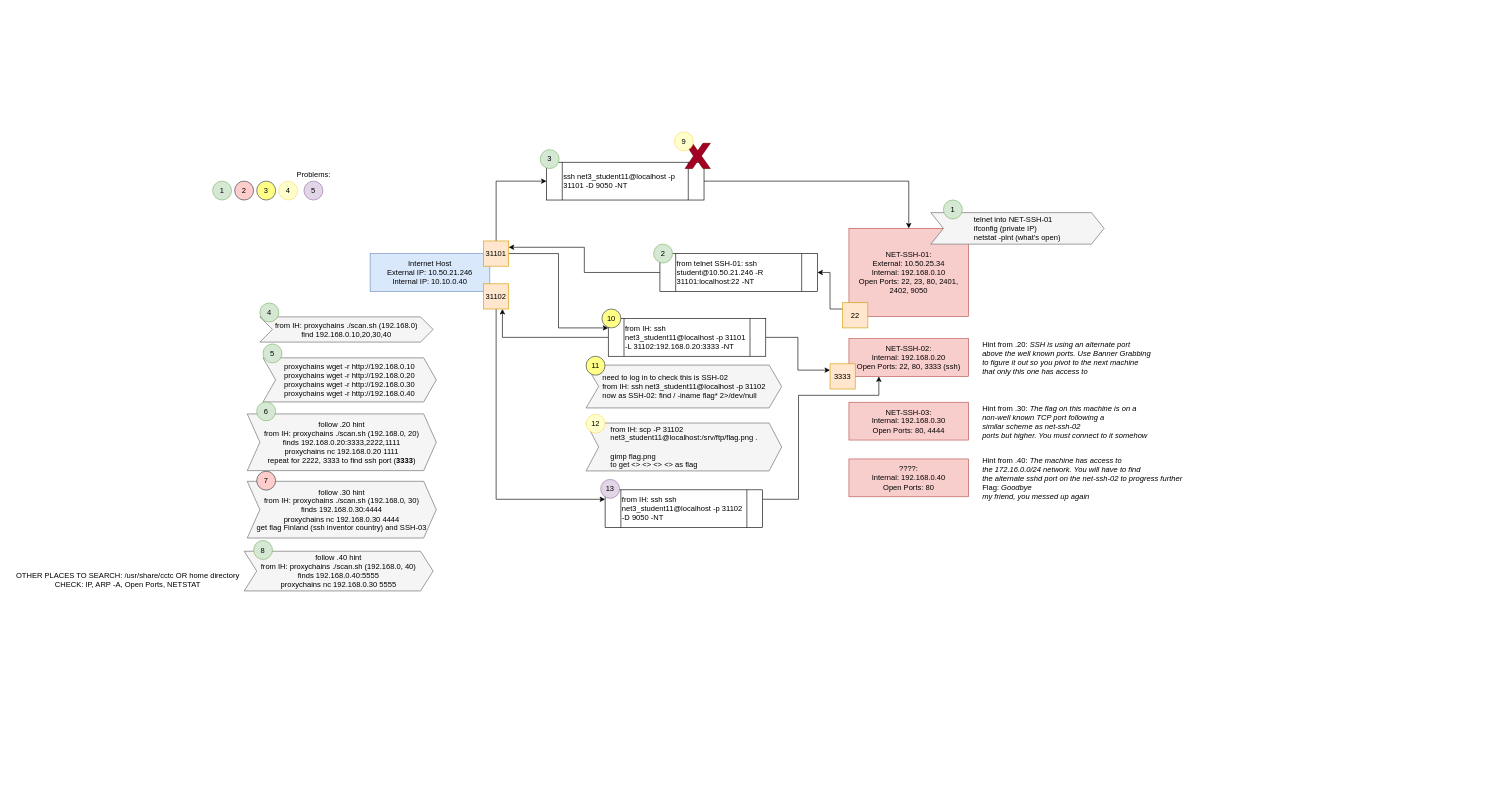
The draw.io diagram ctf/CTF_data_collection1.drawio in abfarr/cctc, before the edit. Source tidied: cells renumbered, new cells numbered last; positions are measured from the earlier drawing's top-left corner, leaving out a move shared by most shapes. Both pictures are drawn from the tidied source at 63%, with x=0, y=0 at pixel (11, 132).
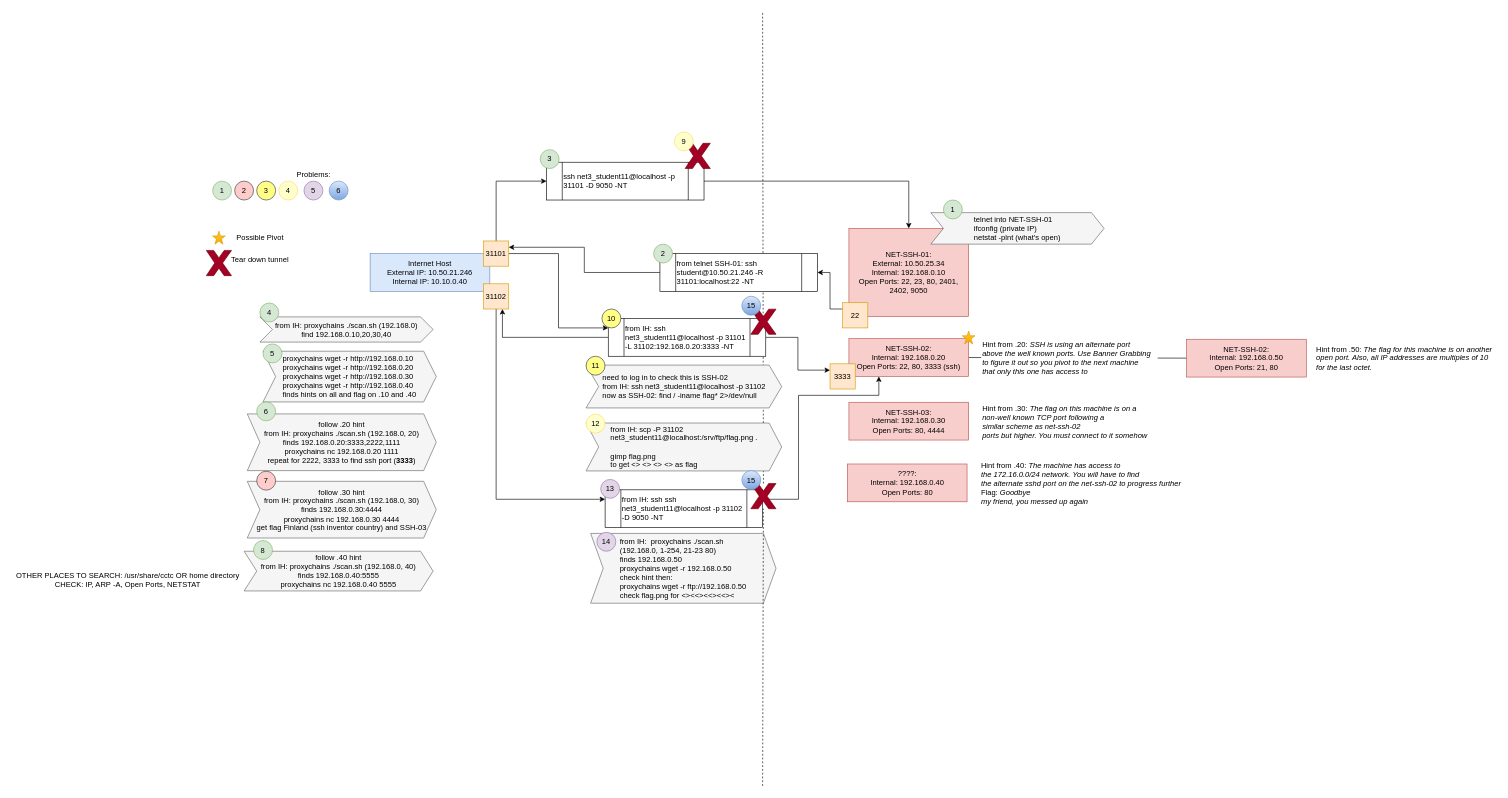
The same page after the edit.

Unchanged cells that the change refers to:
```xml
<mxCell id="14" value="NET-SSH-02:&lt;br&gt;Internal:&amp;nbsp;192.168.0.20&lt;br&gt;Open Ports: 22, 80, 3333 (ssh)" style="rounded=0;whiteSpace=wrap;html=1;fillColor=#f8cecc;strokeColor=#b85450;" parent="1" vertex="1">
  <mxGeometry x="1330" y="328" width="190" height="60" as="geometry" />
</mxCell>
```

The edit, as a diff of the source:
```diff
@@
+    <mxCell id="56" style="endArrow=none;dashed=1;html=1;rounded=0;fontColor=#000000;startArrow=none;" parent="1" edge="1" source="68">
+      <mxGeometry relative="1" as="geometry">
+        <mxPoint x="1193" y="-192" as="targetPoint" />
+      </mxGeometry>
+    </mxCell>
+    <mxCell id="57" style="endArrow=none;html=1;rounded=0;fontColor=#99FF99;exitX=1;exitY=0.5;exitDx=0;exitDy=0;entryX=0;entryY=0.5;entryDx=0;entryDy=0;" parent="1" edge="1" source="14" target="60">
+      <mxGeometry relative="1" as="geometry" />
+    </mxCell>
@@
     <mxCell id="16" value="????:&lt;br&gt;Internal:&amp;nbsp;192.168.0.40&lt;br&gt;Open Ports: 80" style="rounded=0;whiteSpace=wrap;html=1;fillColor=#f8cecc;strokeColor=#b85450;" parent="1" vertex="1">
-      <mxGeometry x="1330" y="519" width="190" height="60" as="geometry" />
+      <mxGeometry x="1327.5" y="527" width="190" height="60" as="geometry" />
     </mxCell>
@@
-    <mxCell id="22" value="&lt;div style=&quot;text-align: left&quot;&gt;&lt;span style=&quot;color: rgb(0 , 0 , 0)&quot;&gt;proxychains wget -r http://192.168.0.10&lt;/span&gt;&lt;/div&gt;&lt;div style=&quot;text-align: left&quot;&gt;&lt;span style=&quot;color: rgb(0 , 0 , 0)&quot;&gt;proxychains wget -r http://192.168.0.20&lt;/span&gt;&lt;span style=&quot;color: rgb(0 , 0 , 0)&quot;&gt;&lt;br&gt;&lt;/span&gt;&lt;/div&gt;&lt;div style=&quot;text-align: left&quot;&gt;&lt;span style=&quot;color: rgb(0 , 0 , 0)&quot;&gt;proxychains wget -r http://192.168.0.30&lt;/span&gt;&lt;span style=&quot;color: rgb(0 , 0 , 0)&quot;&gt;&lt;br&gt;&lt;/span&gt;&lt;/div&gt;&lt;div style=&quot;text-align: left&quot;&gt;&lt;span style=&quot;color: rgb(0 , 0 , 0)&quot;&gt;proxychains wget -r http://192.168.0.40&lt;/span&gt;&lt;span style=&quot;color: rgb(0 , 0 , 0)&quot;&gt;&lt;br&gt;&lt;/span&gt;&lt;/div&gt;" style="shape=step;perimeter=stepPerimeter;whiteSpace=wrap;html=1;fixedSize=1;align=center;fillColor=#f5f5f5;fontColor=#333333;strokeColor=#666666;" parent="1" vertex="1">
-      <mxGeometry x="400" y="358.5" width="275" height="70" as="geometry" />
+    <mxCell id="22" value="&lt;div style=&quot;text-align: left&quot;&gt;&lt;span style=&quot;color: rgb(0 , 0 , 0)&quot;&gt;proxychains wget -r http://192.168.0.10&lt;/span&gt;&lt;/div&gt;&lt;div style=&quot;text-align: left&quot;&gt;&lt;span style=&quot;color: rgb(0 , 0 , 0)&quot;&gt;proxychains wget -r http://192.168.0.20&lt;/span&gt;&lt;span style=&quot;color: rgb(0 , 0 , 0)&quot;&gt;&lt;br&gt;&lt;/span&gt;&lt;/div&gt;&lt;div style=&quot;text-align: left&quot;&gt;&lt;span style=&quot;color: rgb(0 , 0 , 0)&quot;&gt;proxychains wget -r http://192.168.0.30&lt;/span&gt;&lt;span style=&quot;color: rgb(0 , 0 , 0)&quot;&gt;&lt;br&gt;&lt;/span&gt;&lt;/div&gt;&lt;div style=&quot;text-align: left&quot;&gt;&lt;span style=&quot;color: rgb(0 , 0 , 0)&quot;&gt;proxychains wget -r http://192.168.0.40&lt;/span&gt;&lt;span style=&quot;color: rgb(0 , 0 , 0)&quot;&gt;&lt;br&gt;&lt;/span&gt;&lt;/div&gt;&lt;div style=&quot;text-align: left&quot;&gt;&lt;span style=&quot;color: rgb(0 , 0 , 0)&quot;&gt;finds hints on all and flag on .10 and .40&lt;/span&gt;&lt;/div&gt;" style="shape=step;perimeter=stepPerimeter;whiteSpace=wrap;html=1;fixedSize=1;align=center;fillColor=#f5f5f5;fontColor=#333333;strokeColor=#666666;" parent="1" vertex="1">
+      <mxGeometry x="400" y="348" width="275" height="80.5" as="geometry" />
     </mxCell>
@@
-    <mxCell id="25" value="Hint from .20:&amp;nbsp;&lt;i&gt;&lt;span style=&quot;font-size: 9pt ; line-height: 107%&quot;&gt;SSH is using an alternate port &lt;br&gt;above the well known ports. Use Banner Grabbing &lt;br&gt;to figure it out so you pivot to the next machine &lt;br&gt;that only this one has access to&lt;/span&gt;&lt;/i&gt;" style="text;html=1;align=left;verticalAlign=middle;strokeColor=none;fillColor=none;" parent="1" vertex="1">
+    <mxCell id="25" value="Hint from .20:&amp;nbsp;&lt;i&gt;&lt;span style=&quot;font-size: 9pt ; line-height: 107%&quot;&gt;SSH is using an alternate port &lt;br&gt;above the well known ports. Use Banner Grabbing &lt;br&gt;to figure it out so you pivot to the next machine &lt;br&gt;that only this one has access to&lt;/span&gt;&lt;/i&gt;" style="text;html=1;align=left;verticalAlign=middle;strokeColor=none;fillColor=#FFFFFF;" parent="1" vertex="1">
       <mxGeometry x="1540" y="329" width="280" height="60" as="geometry" />
     </mxCell>
@@
     <mxCell id="27" value="&lt;div&gt;Hint from .40: &lt;i&gt;The machine has access to&amp;nbsp;&lt;/i&gt;&lt;/div&gt;&lt;div&gt;&lt;i&gt;the 172.16.0.0/24 network. You will have to find&amp;nbsp;&lt;/i&gt;&lt;/div&gt;&lt;div&gt;&lt;i&gt;the alternate sshd port on the net-ssh-02 to progress further&lt;/i&gt;&lt;/div&gt;&lt;div&gt;Flag: &lt;i&gt;Goodbye&lt;/i&gt;&lt;/div&gt;&lt;div&gt;&lt;i&gt;my friend, you messed up again&lt;/i&gt;&lt;/div&gt;" style="text;html=1;align=left;verticalAlign=middle;strokeColor=none;fillColor=none;" parent="1" vertex="1">
-      <mxGeometry x="1540" y="510" width="330" height="80" as="geometry" />
+      <mxGeometry x="1537.5" y="518" width="330" height="80" as="geometry" />
     </mxCell>
@@
-    <mxCell id="32" value="&lt;span style=&quot;color: rgb(0 , 0 , 0) ; text-align: left&quot;&gt;follow .40 hint&lt;br&gt;from IH:&amp;nbsp;&lt;/span&gt;&lt;font color=&quot;#000000&quot;&gt;proxychains ./scan.sh (192.168.0, 40)&lt;br&gt;finds 192.168.0.40:5555&lt;br&gt;&lt;/font&gt;&lt;span style=&quot;color: rgb(0 , 0 , 0)&quot;&gt;proxychains nc 192.168.0.30 5555&lt;/span&gt;&lt;font color=&quot;#000000&quot;&gt;&lt;br&gt;&lt;/font&gt;" style="shape=step;perimeter=stepPerimeter;whiteSpace=wrap;html=1;fixedSize=1;align=center;fillColor=#f5f5f5;fontColor=#333333;strokeColor=#666666;" parent="1" vertex="1">
+    <mxCell id="32" value="&lt;span style=&quot;color: rgb(0 , 0 , 0) ; text-align: left&quot;&gt;follow .40 hint&lt;br&gt;from IH:&amp;nbsp;&lt;/span&gt;&lt;font color=&quot;#000000&quot;&gt;proxychains ./scan.sh (192.168.0, 40)&lt;br&gt;finds 192.168.0.40:5555&lt;br&gt;&lt;/font&gt;&lt;span style=&quot;color: rgb(0 , 0 , 0)&quot;&gt;proxychains nc 192.168.0.40 5555&lt;/span&gt;&lt;font color=&quot;#000000&quot;&gt;&lt;br&gt;&lt;/font&gt;" style="shape=step;perimeter=stepPerimeter;whiteSpace=wrap;html=1;fixedSize=1;align=center;fillColor=#f5f5f5;fontColor=#333333;strokeColor=#666666;" parent="1" vertex="1">
       <mxGeometry x="370" y="665.5" width="300" height="63" as="geometry" />
     </mxCell>
@@
+    <mxCell id="58" value="&lt;div style=&quot;text-align: left&quot;&gt;&lt;font color=&quot;#000000&quot;&gt;from IH:&amp;nbsp;&amp;nbsp;&lt;/font&gt;&lt;span style=&quot;color: rgb(0 , 0 , 0)&quot;&gt;proxychains ./scan.sh&amp;nbsp;&lt;/span&gt;&lt;/div&gt;&lt;div style=&quot;text-align: left&quot;&gt;&lt;span style=&quot;color: rgb(0 , 0 , 0)&quot;&gt;(192.168.0, 1-254, 21-23 80)&lt;/span&gt;&lt;/div&gt;&lt;div style=&quot;text-align: left&quot;&gt;&lt;span style=&quot;color: rgb(0 , 0 , 0)&quot;&gt;finds 192.168.0.50&lt;/span&gt;&lt;/div&gt;&lt;div style=&quot;text-align: left&quot;&gt;&lt;span style=&quot;color: rgb(0 , 0 , 0)&quot;&gt;proxychains wget -r 192.168.0.50&lt;/span&gt;&lt;/div&gt;&lt;div style=&quot;text-align: left&quot;&gt;&lt;span style=&quot;color: rgb(0 , 0 , 0)&quot;&gt;check hint then:&amp;nbsp;&lt;/span&gt;&lt;/div&gt;&lt;div style=&quot;text-align: left&quot;&gt;&lt;span&gt;&lt;font color=&quot;#000000&quot;&gt;proxychains wget -r ftp://192.168.0.50&lt;/font&gt;&lt;/span&gt;&lt;/div&gt;&lt;div style=&quot;text-align: left&quot;&gt;&lt;span&gt;&lt;font color=&quot;#000000&quot;&gt;check flag.png for&amp;nbsp;&lt;/font&gt;&lt;/span&gt;&lt;span style=&quot;color: rgb(0 , 0 , 0)&quot;&gt;&amp;lt;&amp;gt;&amp;lt;&amp;lt;&amp;gt;&amp;lt;&amp;lt;&amp;gt;&amp;lt;&amp;lt;&amp;gt;&amp;lt;&lt;/span&gt;&lt;/div&gt;" style="shape=step;perimeter=stepPerimeter;html=1;fixedSize=1;align=center;fillColor=#f5f5f5;fontColor=#333333;strokeColor=#666666;whiteSpace=wrap;" parent="1" vertex="1">
+      <mxGeometry x="920" y="637.2" width="294.3" height="110.8" as="geometry" />
+    </mxCell>
+    <mxCell id="59" value="14" style="ellipse;whiteSpace=wrap;html=1;fillColor=#e1d5e7;strokeColor=#9673a6;" parent="1" vertex="1">
+      <mxGeometry x="930" y="635.5" width="30" height="30" as="geometry" />
+    </mxCell>
+    <mxCell id="60" value="NET-SSH-02:&lt;br&gt;Internal:&amp;nbsp;192.168.0.50&lt;br&gt;Open Ports: 21, 80" style="rounded=0;whiteSpace=wrap;html=1;fillColor=#f8cecc;strokeColor=#b85450;" parent="1" vertex="1">
+      <mxGeometry x="1866" y="329" width="190" height="60" as="geometry" />
+    </mxCell>
+    <mxCell id="61" value="Hint from .50: &lt;i&gt;The flag for this machine is on another&lt;br&gt;open port. Also, all IP addresses are multiples of 10&lt;br&gt;for the last octet.&lt;br&gt;&lt;/i&gt;" style="text;html=1;align=left;verticalAlign=middle;strokeColor=none;fillColor=none;" parent="1" vertex="1">
+      <mxGeometry x="2070" y="334" width="290" height="50" as="geometry" />
+    </mxCell>
+    <mxCell id="62" style="verticalLabelPosition=bottom;verticalAlign=top;html=1;shape=mxgraph.basic.star;strokeColor=#d79b00;fillColor=#ffcd28;gradientColor=#ffa500;" parent="1" vertex="1">
+      <mxGeometry x="1510" y="316" width="20" height="20.5" as="geometry" />
+    </mxCell>
+    <mxCell id="63" style="verticalLabelPosition=bottom;verticalAlign=top;html=1;shape=mxgraph.basic.star;strokeColor=#d79b00;fillColor=#ffcd28;gradientColor=#ffa500;" parent="1" vertex="1">
+      <mxGeometry x="320" y="157.5" width="20" height="20.5" as="geometry" />
+    </mxCell>
+    <mxCell id="64" value="Possible Pivot" style="text;html=1;align=center;verticalAlign=middle;strokeColor=none;fillColor=none;fontColor=#000000;" parent="1" vertex="1">
+      <mxGeometry x="350" y="158" width="90" height="20" as="geometry" />
+    </mxCell>
+    <mxCell id="65" style="verticalLabelPosition=bottom;verticalAlign=top;html=1;shape=mxgraph.basic.x;fillColor=#a20025;fontColor=#ffffff;strokeColor=#6F0000;" parent="1" vertex="1">
+      <mxGeometry x="310" y="188" width="40" height="40" as="geometry" />
+    </mxCell>
+    <mxCell id="66" value="Tear down tunnel" style="text;html=1;align=center;verticalAlign=middle;strokeColor=none;fillColor=none;fontColor=#000000;" parent="1" vertex="1">
+      <mxGeometry x="340" y="193" width="110" height="20" as="geometry" />
+    </mxCell>
+    <mxCell id="67" value="6" style="ellipse;whiteSpace=wrap;html=1;fillColor=#dae8fc;strokeColor=#6c8ebf;gradientColor=#7ea6e0;" parent="1" vertex="1">
+      <mxGeometry x="505" y="78" width="30" height="30" as="geometry" />
+    </mxCell>
+    <mxCell id="68" style="verticalLabelPosition=bottom;verticalAlign=top;html=1;shape=mxgraph.basic.x;fillColor=#a20025;fontColor=#ffffff;strokeColor=#6F0000;" parent="1" vertex="1">
+      <mxGeometry x="1174.3" y="558" width="40" height="40" as="geometry" />
+    </mxCell>
+    <mxCell id="69" style="endArrow=none;dashed=1;html=1;rounded=0;fontColor=#000000;" parent="1" edge="1" target="68">
+      <mxGeometry relative="1" as="geometry">
+        <mxPoint x="1193" y="1038" as="sourcePoint" />
+      </mxGeometry>
+    </mxCell>
+    <mxCell id="70" value="15" style="ellipse;whiteSpace=wrap;html=1;fillColor=#dae8fc;strokeColor=#6c8ebf;gradientColor=#7ea6e0;" parent="1" vertex="1">
+      <mxGeometry x="1160" y="537.5" width="30" height="30" as="geometry" />
+    </mxCell>
+    <mxCell id="71" style="verticalLabelPosition=bottom;verticalAlign=top;html=1;shape=mxgraph.basic.x;fillColor=#a20025;fontColor=#ffffff;strokeColor=#6F0000;" parent="1" vertex="1">
+      <mxGeometry x="1174.3" y="281.2" width="40" height="40" as="geometry" />
+    </mxCell>
+    <mxCell id="72" value="15" style="ellipse;whiteSpace=wrap;html=1;fillColor=#dae8fc;strokeColor=#6c8ebf;gradientColor=#7ea6e0;" parent="1" vertex="1">
+      <mxGeometry x="1160" y="260.8" width="30" height="30" as="geometry" />
+    </mxCell>
```
